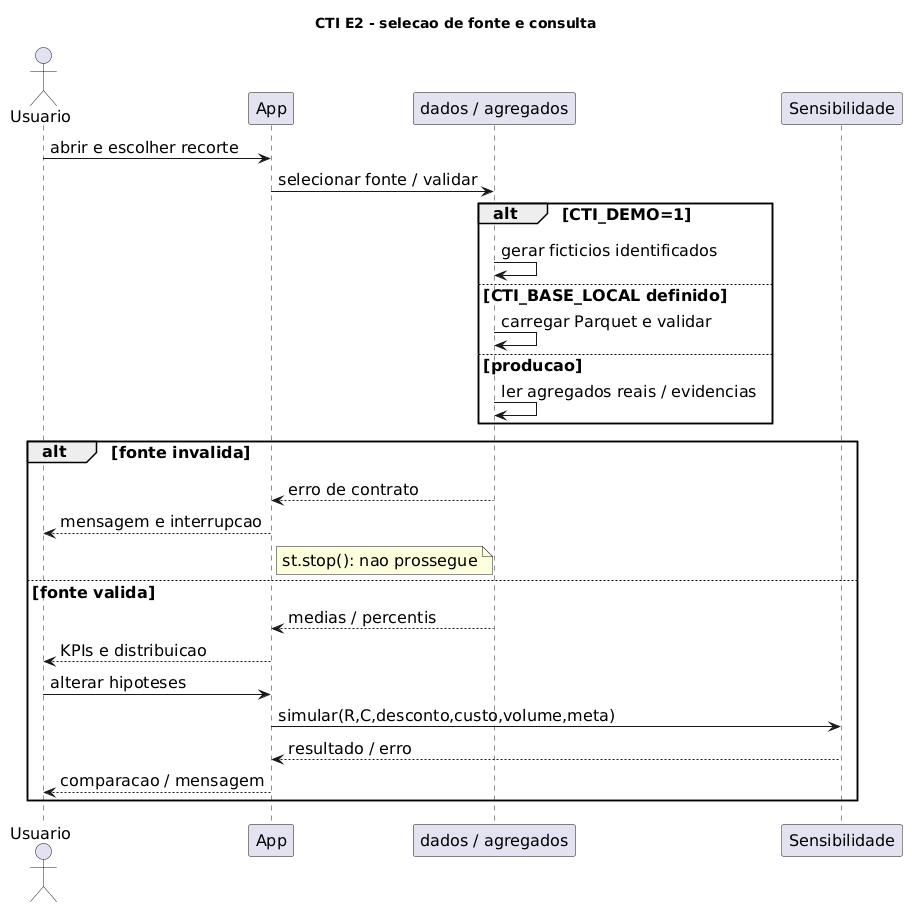
Before: documentos/Entrega 2/ES e ML/sequencia.png, a diagram exported from PlantUML (2026-2-NCC4/Projeto6). Its diagram source:
```plantuml
@startuml
title CTI E2 - selecao de fonte e consulta
skinparam defaultFontSize 16
skinparam backgroundColor white
actor Usuario
participant App
participant "dados / agregados" as Fonte
participant Sensibilidade
Usuario -> App : abrir e escolher recorte
App -> Fonte : selecionar fonte / validar
alt CTI_DEMO=1
Fonte -> Fonte : gerar ficticios identificados
else CTI_BASE_LOCAL definido
Fonte -> Fonte : carregar Parquet e validar
else producao
Fonte -> Fonte : ler agregados reais / evidencias
end
alt fonte invalida
Fonte --> App : erro de contrato
App --> Usuario : mensagem e interrupcao
note right of App : st.stop(): nao prossegue
else fonte valida
Fonte --> App : medias / percentis
App --> Usuario : KPIs e distribuicao
Usuario -> App : alterar hipoteses
App -> Sensibilidade : simular(R,C,desconto,custo,volume,meta)
Sensibilidade --> App : resultado / erro
App --> Usuario : comparacao / mensagem
end
@enduml
```
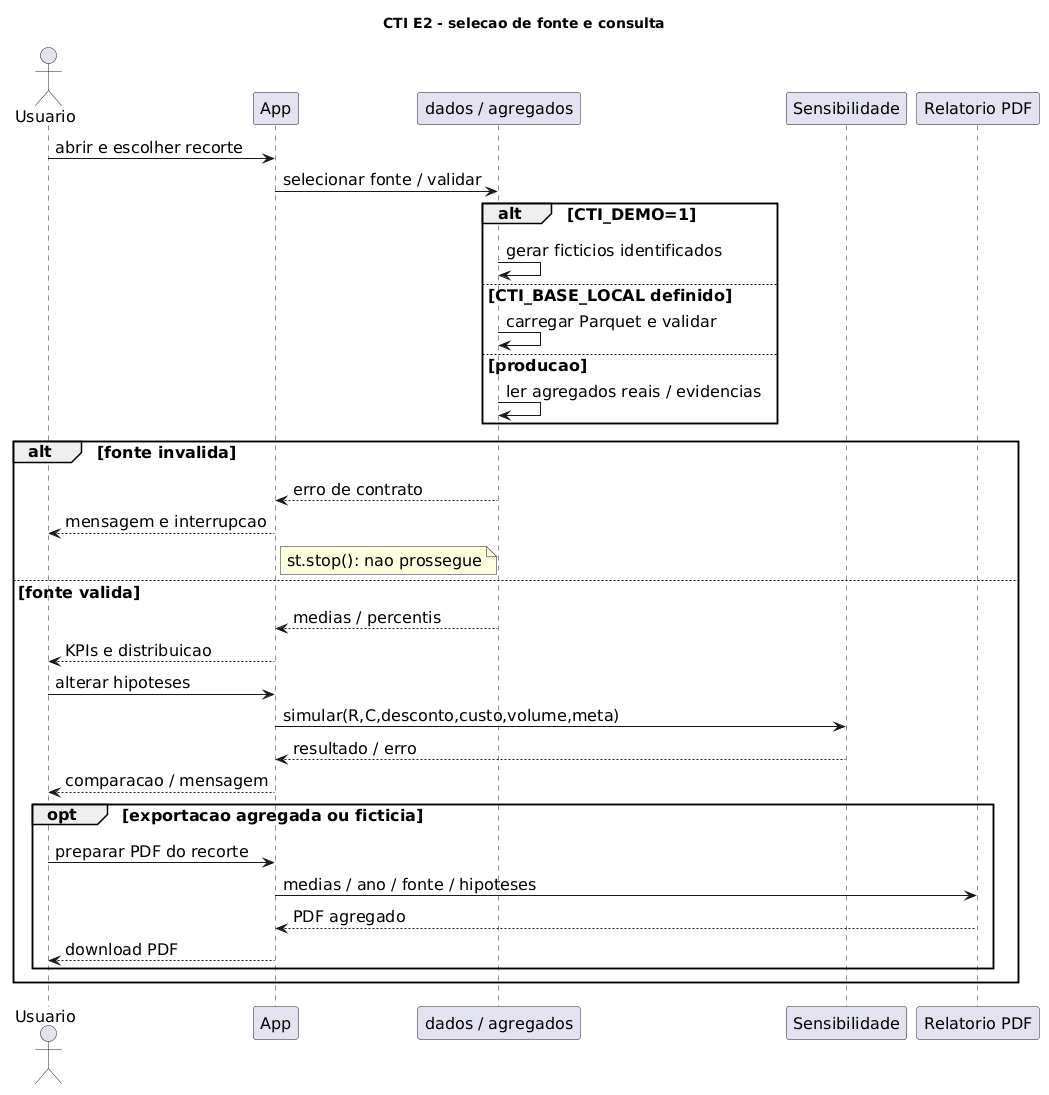
The same diagram one commit later.

The edit, as a diff of the source:
```diff
@@ -6,6 +6,7 @@
 participant App
 participant "dados / agregados" as Fonte
 participant Sensibilidade
+participant "Relatorio PDF" as PDF
 Usuario -> App : abrir e escolher recorte
 App -> Fonte : selecionar fonte / validar
 alt CTI_DEMO=1
@@ -26,5 +27,11 @@
 App -> Sensibilidade : simular(R,C,desconto,custo,volume,meta)
 Sensibilidade --> App : resultado / erro
 App --> Usuario : comparacao / mensagem
+opt exportacao agregada ou ficticia
+Usuario -> App : preparar PDF do recorte
+App -> PDF : medias / ano / fonte / hipoteses
+PDF --> App : PDF agregado
+App --> Usuario : download PDF
+end
 end
 @enduml
```
